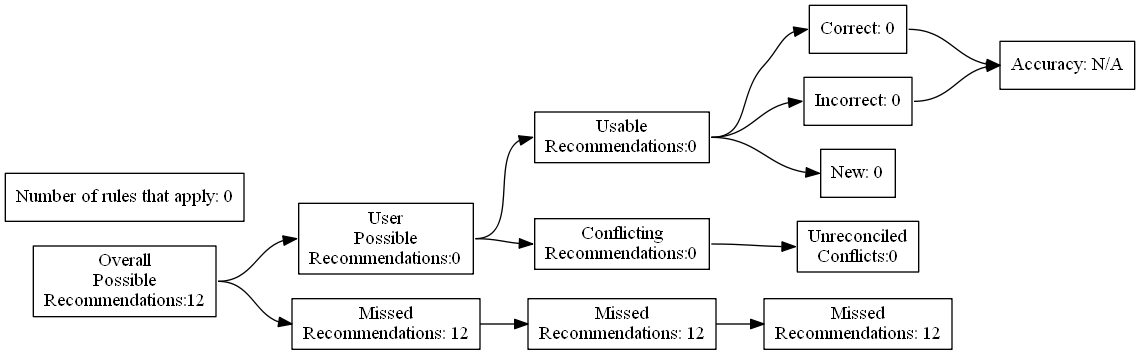
This is test_renders/36.gv.png from ZaxR/ibd_diet_analysis, a Graphviz export, as it was before one commit. Its source is kept beside it as test_renders/36.gv.
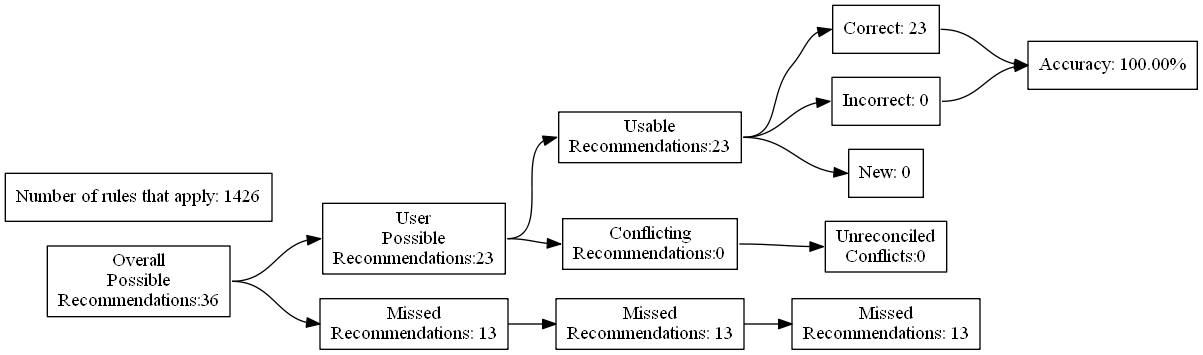
Later version of the same file.

What changed in the source:
```diff
@@ -4,27 +4,27 @@
 	edge [headport=w tailport=e]
 		A [label="Overall
 Possible
-Recommendations:12"]
+Recommendations:36"]
 		B [label="User
 Possible
-Recommendations:0"]
+Recommendations:23"]
 		C [label="Missed
-Recommendations: 12"]
+Recommendations: 13"]
 		D [label="Usable
-Recommendations:0"]
+Recommendations:23"]
 		E [label="Conflicting
 Recommendations:0"]
 		J [label="Missed
-Recommendations: 12"]
+Recommendations: 13"]
 		M [label="Unreconciled
 Conflicts:0"]
-		F [label="Correct: 0"]
+		F [label="Correct: 23"]
 		G [label="Incorrect: 0"]
 		H [label="New: 0"]
 		K [label="Missed
-Recommendations: 12"]
-		I [label="Accuracy: N/A"]
-		l [label="Number of rules that apply: 0"]
+Recommendations: 13"]
+		I [label="Accuracy: 100.00%"]
+		l [label="Number of rules that apply: 1426"]
 			A -> B
 			A -> C
 			B -> D
```
